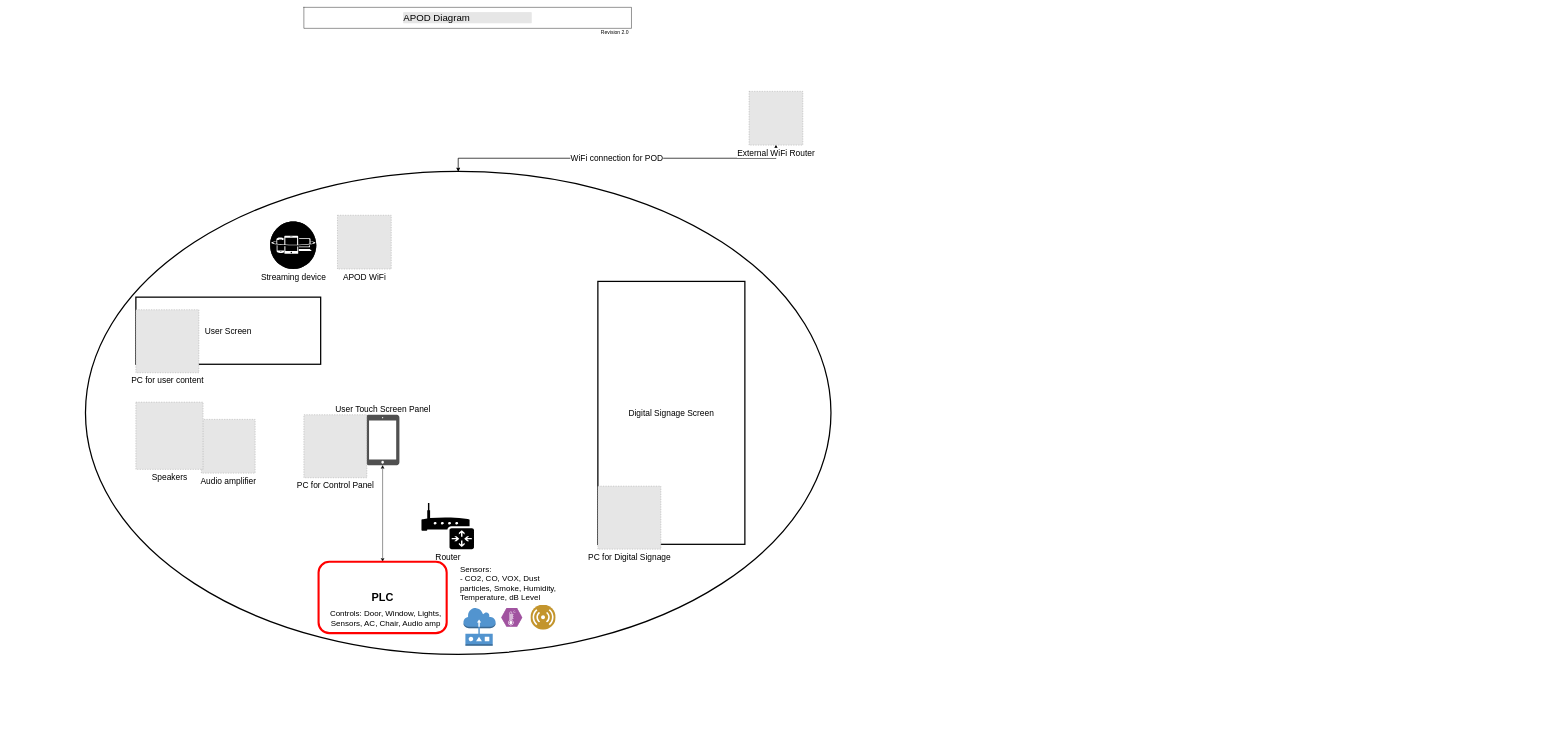
This is AIRPOD_Diagram.drawio from matevz-dev/Airpod, a draw.io file, before an edit. Source tidied: cells renumbered, new cells numbered last; positions are measured from the earlier drawing's top-left corner, leaving out a move shared by most shapes. Both pictures are drawn from the tidied source at 42%, with x=0, y=0 at pixel (85, 7). Pictures stored in the file or linked from it are replaced by grey dashed boxes.
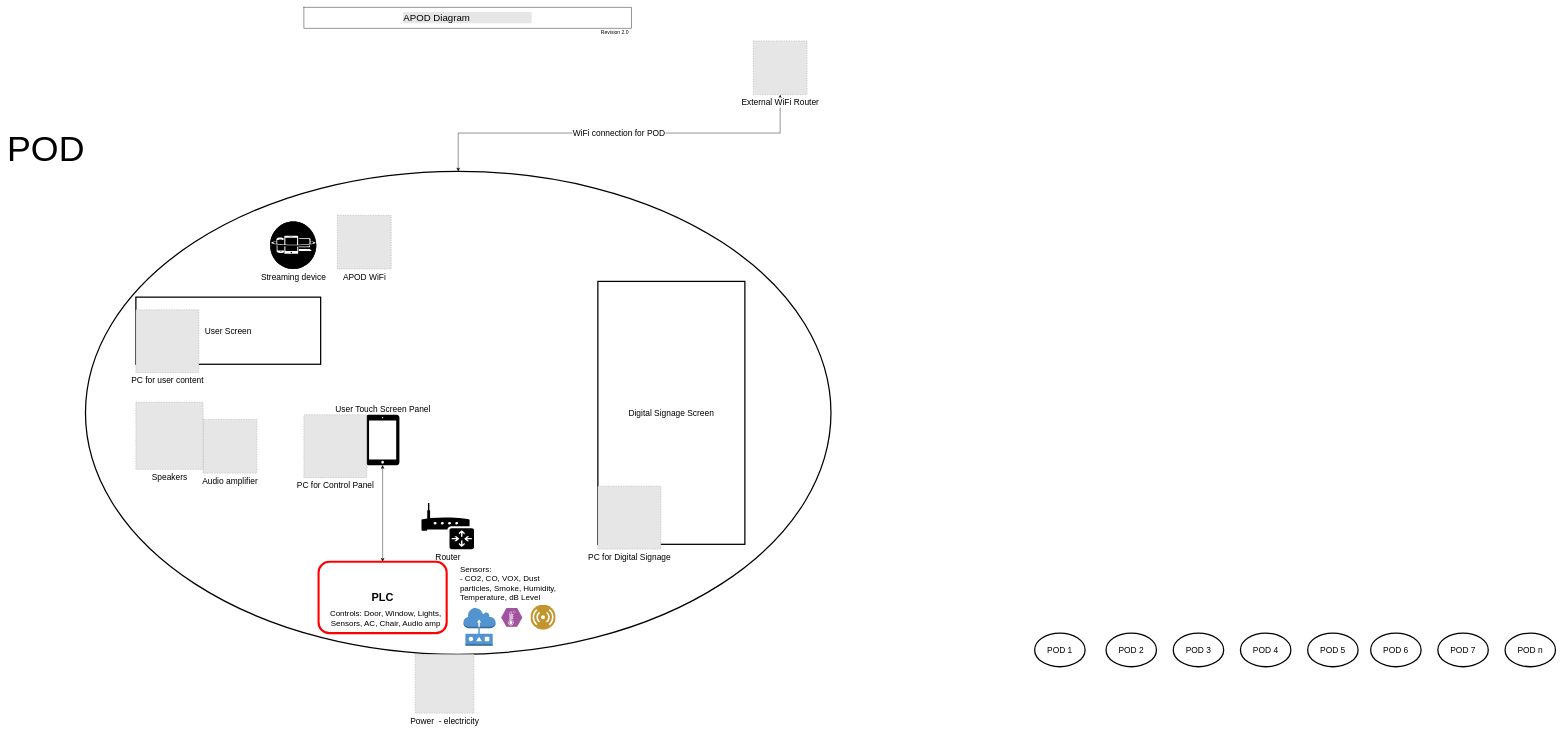
After the change.

Diff of the diagram source:
```diff
@@
-    <mxCell id="2" style="ellipse;whiteSpace=wrap;html=1;strokeWidth=3;" parent="1" vertex="1">
+    <mxCell id="2" value="POD" style="ellipse;whiteSpace=wrap;html=1;strokeWidth=3;fontSize=85;labelPosition=left;verticalLabelPosition=top;align=right;verticalAlign=bottom;" parent="1" vertex="1">
       <mxGeometry y="390.5" width="1775" height="1150" as="geometry" />
     </mxCell>
@@
-    <mxCell id="4" value="User Touch Screen Panel" style="shadow=0;dashed=0;html=1;strokeColor=none;fillColor=#505050;labelPosition=center;verticalLabelPosition=top;verticalAlign=bottom;outlineConnect=0;align=center;shape=mxgraph.office.devices.tablet_ipad;fontSize=20;" parent="1" vertex="1">
+    <mxCell id="4" value="User Touch Screen Panel" style="shadow=0;dashed=0;html=1;strokeColor=none;labelPosition=center;verticalLabelPosition=top;verticalAlign=bottom;outlineConnect=0;align=center;shape=mxgraph.office.devices.tablet_ipad;fontSize=20;fillColor=#000000;" parent="1" vertex="1">
       <mxGeometry x="667.5" y="970" width="80" height="120" as="geometry" />
     </mxCell>
@@
     <mxCell id="17" value="Audio amplifier" style="fillColor=#E6E6E6;strokeColor=#999999;dashed=1;html=1;verticalAlign=top;verticalLabelPosition=bottom;labelBackgroundColor=#ffffff;fontSize=20;align=center;" parent="1" vertex="1">
-      <mxGeometry x="276" y="981" width="128" height="128" as="geometry" />
+      <mxGeometry x="280" y="981" width="128" height="128" as="geometry" />
     </mxCell>
@@
-    <mxCell id="25" style="edgeStyle=orthogonalEdgeStyle;rounded=0;jettySize=auto;html=1;startArrow=classic;startFill=1;fontSize=20;fontColor=#000000;" parent="1" edge="1" source="27" target="2">
-      <mxGeometry relative="1" as="geometry" />
-    </mxCell>
@@
     <mxCell id="27" value="External WiFi Router" style="fillColor=#E6E6E6;strokeColor=#999999;dashed=1;html=1;verticalAlign=top;verticalLabelPosition=bottom;labelBackgroundColor=#ffffff;fontSize=20;fontColor=#000000;align=center;" parent="1" vertex="1">
-      <mxGeometry x="1580" y="200" width="128" height="128" as="geometry" />
+      <mxGeometry x="1590" y="80" width="128" height="128" as="geometry" />
     </mxCell>
+    <mxCell id="28" value="Power&amp;nbsp; - electricity" style="fillColor=#E6E6E6;strokeColor=#999999;dashed=1;html=1;verticalAlign=top;verticalLabelPosition=bottom;labelBackgroundColor=#ffffff;fontSize=20;fontColor=#000000;align=center;rotation=0;labelPosition=center;" parent="1" vertex="1">
+      <mxGeometry x="785" y="1540.5" width="140" height="140" as="geometry" />
+    </mxCell>
+    <mxCell id="29" value="POD 7" style="ellipse;whiteSpace=wrap;html=1;strokeColor=#000000;strokeWidth=3;fillColor=none;fontSize=20;fontColor=#000000;align=center;" parent="1" vertex="1">
+      <mxGeometry x="3220" y="1490" width="120" height="80" as="geometry" />
+    </mxCell>
+    <mxCell id="30" value="POD 6" style="ellipse;whiteSpace=wrap;html=1;strokeColor=#000000;strokeWidth=3;fillColor=none;fontSize=20;fontColor=#000000;align=center;" parent="1" vertex="1">
+      <mxGeometry x="3060" y="1490" width="120" height="80" as="geometry" />
+    </mxCell>
+    <mxCell id="31" value="POD 5" style="ellipse;whiteSpace=wrap;html=1;strokeColor=#000000;strokeWidth=3;fillColor=none;fontSize=20;fontColor=#000000;align=center;" parent="1" vertex="1">
+      <mxGeometry x="2910" y="1490" width="120" height="80" as="geometry" />
+    </mxCell>
+    <mxCell id="32" value="POD 4" style="ellipse;whiteSpace=wrap;html=1;strokeColor=#000000;strokeWidth=3;fillColor=none;fontSize=20;fontColor=#000000;align=center;" parent="1" vertex="1">
+      <mxGeometry x="2750" y="1490" width="120" height="80" as="geometry" />
+    </mxCell>
+    <mxCell id="33" value="POD 3" style="ellipse;whiteSpace=wrap;html=1;strokeColor=#000000;strokeWidth=3;fillColor=none;fontSize=20;fontColor=#000000;align=center;" parent="1" vertex="1">
+      <mxGeometry x="2590" y="1490" width="120" height="80" as="geometry" />
+    </mxCell>
+    <mxCell id="34" value="POD 2" style="ellipse;whiteSpace=wrap;html=1;strokeColor=#000000;strokeWidth=3;fillColor=none;fontSize=20;fontColor=#000000;align=center;" parent="1" vertex="1">
+      <mxGeometry x="2430" y="1490" width="120" height="80" as="geometry" />
+    </mxCell>
+    <mxCell id="35" value="POD 1" style="ellipse;whiteSpace=wrap;html=1;strokeColor=#000000;strokeWidth=3;fillColor=none;fontSize=20;fontColor=#000000;align=center;" parent="1" vertex="1">
+      <mxGeometry x="2260" y="1490" width="120" height="80" as="geometry" />
+    </mxCell>
+    <mxCell id="36" value="POD n" style="ellipse;whiteSpace=wrap;html=1;strokeColor=#000000;strokeWidth=3;fillColor=none;fontSize=20;fontColor=#000000;align=center;" parent="1" vertex="1">
+      <mxGeometry x="3380" y="1490" width="120" height="80" as="geometry" />
+    </mxCell>
```
